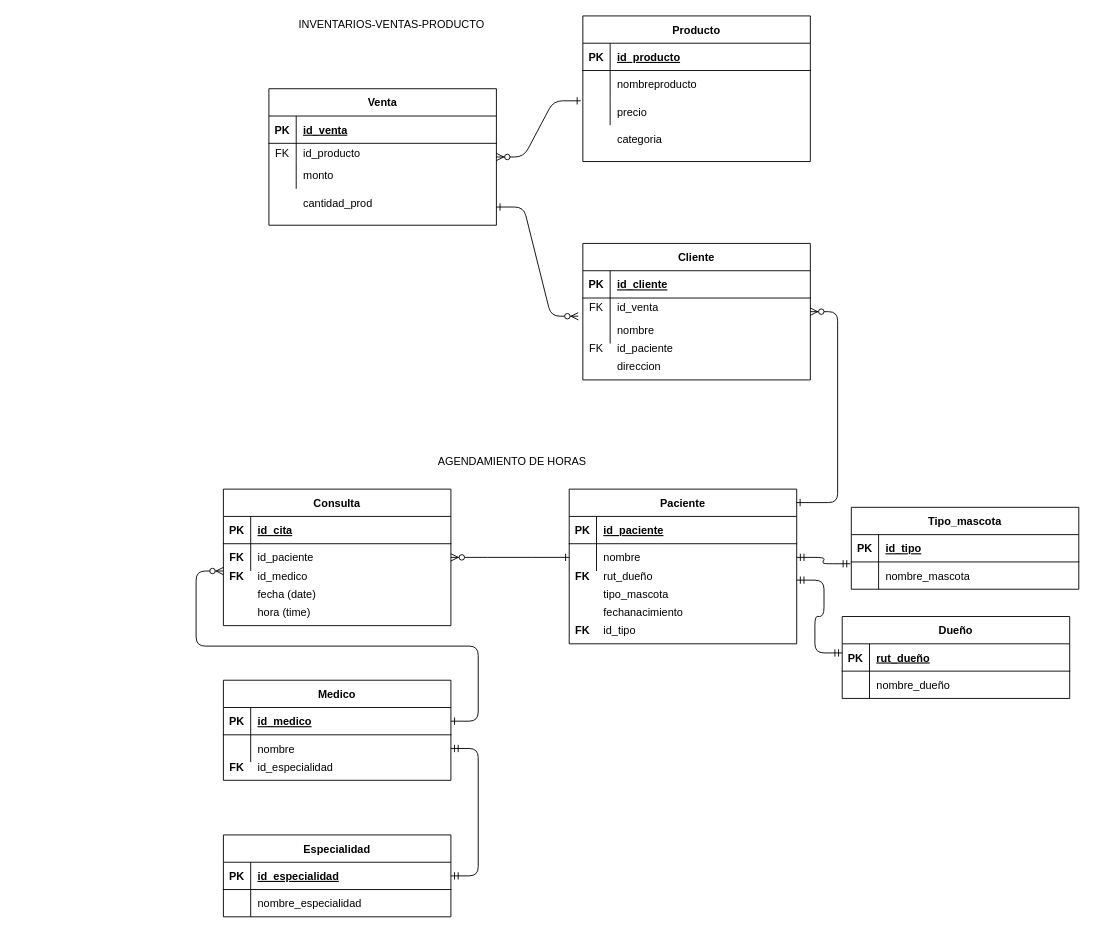
JoseFredes/vetlover keeps this draw.io diagram as Basesdedatos.drawio. Above is the earlier version. Source tidied: cells renumbered, new cells numbered last; positions are measured from the earlier drawing's top-left corner, leaving out a move shared by most shapes. Both pictures are drawn from the tidied source at 91%, with x=0, y=0 at pixel (223, 15).
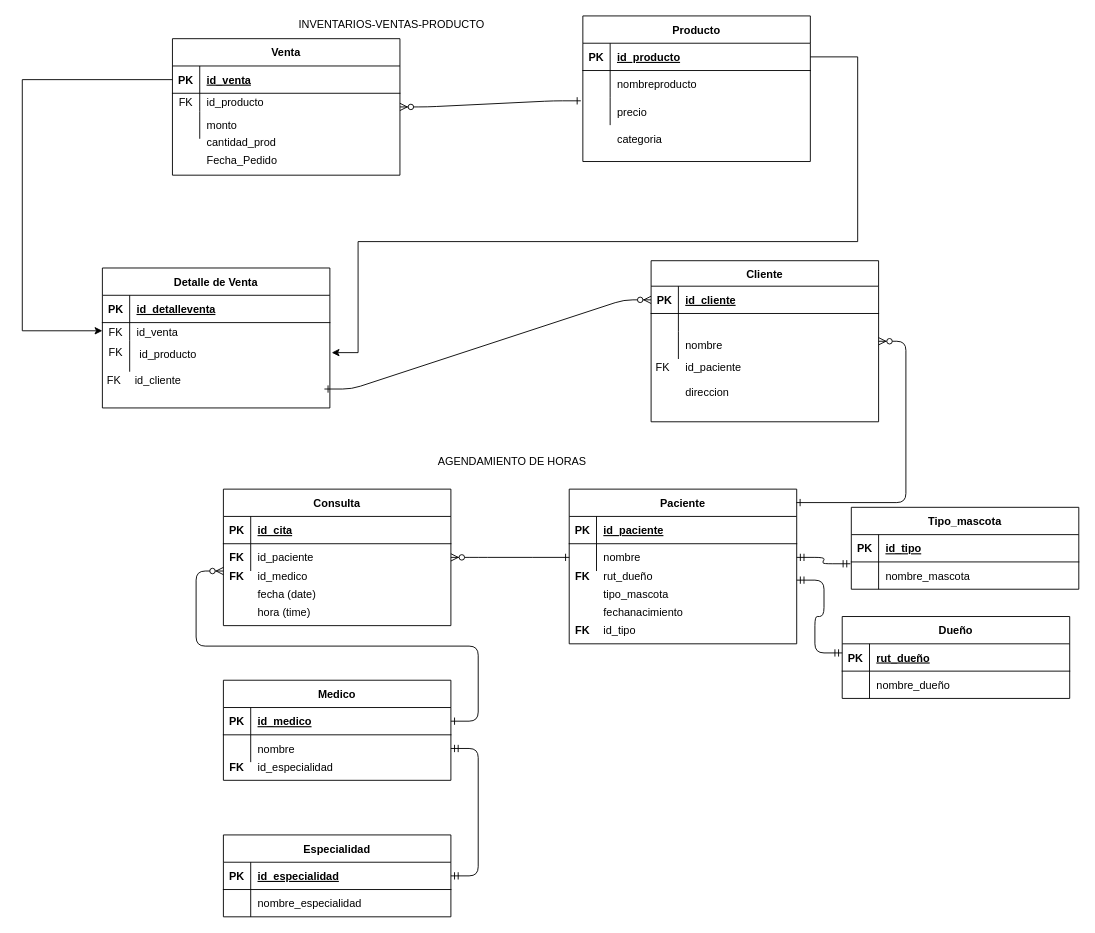
Above is the later version.

The change refers to these unchanged cells:
```xml
<mxCell id="3" style="shape=partialRectangle;fillColor=none;points=[[0,0.5],[1,0.5]];portConstraint=eastwest;top=0;left=0;right=0;bottom=1;" parent="2" vertex="1">
  <mxGeometry y="30" width="250" height="30" as="geometry" />
</mxCell>
<mxCell id="13" style="shape=partialRectangle;fillColor=none;points=[[0,0.5],[1,0.5]];portConstraint=eastwest;top=0;left=0;right=0;bottom=1;" parent="12" vertex="1">
  <mxGeometry y="30" width="250" height="30" as="geometry" />
</mxCell>
```

Change to the diagram source:
```diff
@@
     <mxCell id="2" value="Venta" style="shape=table;startSize=30;childLayout=tableLayout;rowLines=0;fontStyle=1;align=center;" parent="1" vertex="1">
-      <mxGeometry x="50" y="80" width="250" height="150" as="geometry" />
+      <mxGeometry x="-56" y="25" width="250" height="150" as="geometry" />
     </mxCell>
@@
     <mxCell id="23" value="cantidad_prod" style="shape=partialRectangle;overflow=hidden;fillColor=none;top=0;left=0;bottom=0;right=0;align=left;spacingLeft=6;" parent="1" vertex="1">
-      <mxGeometry x="80" y="190" width="220" height="30" as="geometry" />
+      <mxGeometry x="-26" y="123" width="220" height="30" as="geometry" />
     </mxCell>
@@
-    <mxCell id="88" value="Cliente" style="shape=table;startSize=30;childLayout=tableLayout;rowLines=0;fontStyle=1;align=center;" parent="1" vertex="1">
-      <mxGeometry x="395" y="250" width="250" height="150" as="geometry" />
+    <mxCell id="88" value="Cliente" style="shape=table;startSize=28;childLayout=tableLayout;rowLines=0;fontStyle=1;align=center;" parent="1" vertex="1">
+      <mxGeometry x="470" y="269" width="250" height="177" as="geometry" />
     </mxCell>
     <mxCell id="89" style="shape=partialRectangle;fillColor=none;points=[[0,0.5],[1,0.5]];portConstraint=eastwest;top=0;left=0;right=0;bottom=1;" parent="88" vertex="1">
-      <mxGeometry y="30" width="250" height="30" as="geometry" />
+      <mxGeometry y="28" width="250" height="30" as="geometry" />
     </mxCell>
@@
     <mxCell id="92" style="shape=partialRectangle;fillColor=none;top=0;left=0;right=0;bottom=0;" parent="88" vertex="1">
-      <mxGeometry y="60" width="250" height="20" as="geometry" />
+      <mxGeometry y="58" width="250" height="20" as="geometry" />
     </mxCell>
-    <mxCell id="93" value="FK" style="shape=partialRectangle;overflow=hidden;fillColor=none;top=0;left=0;bottom=0;right=0;" parent="92" vertex="1">
+    <mxCell id="93" style="shape=partialRectangle;overflow=hidden;fillColor=none;top=0;left=0;bottom=0;right=0;" parent="92" vertex="1">
       <mxGeometry width="30" height="20" as="geometry" />
     </mxCell>
-    <mxCell id="94" value="id_venta" style="shape=partialRectangle;overflow=hidden;fillColor=none;top=0;left=0;bottom=0;right=0;align=left;spacingLeft=6;" parent="92" vertex="1">
+    <mxCell id="94" style="shape=partialRectangle;overflow=hidden;fillColor=none;top=0;left=0;bottom=0;right=0;align=left;spacingLeft=6;" parent="92" vertex="1">
       <mxGeometry x="30" width="220" height="20" as="geometry" />
     </mxCell>
     <mxCell id="95" style="shape=partialRectangle;fillColor=none;points=[[0,0.5],[1,0.5]];portConstraint=eastwest;top=0;left=0;right=0;bottom=0;" parent="88" vertex="1">
-      <mxGeometry y="80" width="250" height="30" as="geometry" />
+      <mxGeometry y="78" width="250" height="30" as="geometry" />
     </mxCell>
@@
     <mxCell id="98" value="id_paciente" style="shape=partialRectangle;overflow=hidden;fillColor=none;top=0;left=0;bottom=0;right=0;align=left;spacingLeft=6;" parent="1" vertex="1">
-      <mxGeometry x="425" y="350" width="220" height="30" as="geometry" />
+      <mxGeometry x="500" y="371" width="220" height="30" as="geometry" />
     </mxCell>
     <mxCell id="99" value="FK" style="shape=partialRectangle;overflow=hidden;fillColor=none;top=0;left=0;bottom=0;right=0;" parent="1" vertex="1">
-      <mxGeometry x="395" y="355" width="30" height="20" as="geometry" />
+      <mxGeometry x="468" y="376" width="30" height="20" as="geometry" />
     </mxCell>
     <mxCell id="100" value="direccion" style="shape=partialRectangle;overflow=hidden;fillColor=none;top=0;left=0;bottom=0;right=0;align=left;spacingLeft=6;" parent="1" vertex="1">
-      <mxGeometry x="425" y="370" width="220" height="30" as="geometry" />
+      <mxGeometry x="500" y="398" width="220" height="30" as="geometry" />
     </mxCell>
-    <mxCell id="101" style="edgeStyle=entityRelationEdgeStyle;endArrow=ERzeroToMany;startArrow=ERone;endFill=1;startFill=0;entryX=-0.02;entryY=0;entryDx=0;entryDy=0;entryPerimeter=0;" parent="1" edge="1" target="95">
+    <mxCell id="101" style="edgeStyle=entityRelationEdgeStyle;endArrow=ERzeroToMany;startArrow=ERone;endFill=1;startFill=0;entryX=0;entryY=0.5;entryDx=0;entryDy=0;" parent="1" edge="1" target="89">
       <mxGeometry relative="1" as="geometry">
-        <mxPoint x="300" y="210" as="sourcePoint" />
+        <mxPoint x="111" y="410" as="sourcePoint" />
       </mxGeometry>
     </mxCell>
@@
+    <mxCell id="103" value="Fecha_Pedido" style="shape=partialRectangle;overflow=hidden;fillColor=none;top=0;left=0;bottom=0;right=0;align=left;spacingLeft=6;" parent="1" vertex="1">
+      <mxGeometry x="-26" y="143" width="220" height="30" as="geometry" />
+    </mxCell>
+    <mxCell id="104" value="Detalle de Venta" style="shape=table;startSize=30;childLayout=tableLayout;rowLines=0;fontStyle=1;align=center;" parent="1" vertex="1">
+      <mxGeometry x="-133" y="277" width="250" height="153.8" as="geometry" />
+    </mxCell>
+    <mxCell id="105" style="shape=partialRectangle;fillColor=none;top=0;left=0;right=0;bottom=1;" parent="104" vertex="1">
+      <mxGeometry y="30" width="250" height="30" as="geometry" />
+    </mxCell>
+    <mxCell id="106" value="PK" style="shape=partialRectangle;overflow=hidden;fillColor=none;top=0;left=0;bottom=0;right=0;fontStyle=1;" parent="105" vertex="1">
+      <mxGeometry width="30" height="30" as="geometry" />
+    </mxCell>
+    <mxCell id="107" value="id_detalleventa" style="shape=partialRectangle;overflow=hidden;fillColor=none;top=0;left=0;bottom=0;right=0;align=left;spacingLeft=6;fontStyle=5;" parent="105" vertex="1">
+      <mxGeometry x="30" width="220" height="30" as="geometry" />
+    </mxCell>
+    <mxCell id="108" style="shape=partialRectangle;fillColor=none;top=0;left=0;right=0;bottom=0;" parent="104" vertex="1">
+      <mxGeometry y="60" width="250" height="20" as="geometry" />
+    </mxCell>
+    <mxCell id="109" value="FK" style="shape=partialRectangle;overflow=hidden;fillColor=none;top=0;left=0;bottom=0;right=0;" parent="108" vertex="1">
+      <mxGeometry width="30" height="20" as="geometry" />
+    </mxCell>
+    <mxCell id="110" value="id_venta" style="shape=partialRectangle;overflow=hidden;fillColor=none;top=0;left=0;bottom=0;right=0;align=left;spacingLeft=6;" parent="108" vertex="1">
+      <mxGeometry x="30" width="220" height="20" as="geometry" />
+    </mxCell>
+    <mxCell id="111" style="shape=partialRectangle;fillColor=none;top=0;left=0;right=0;bottom=0;" parent="104" vertex="1">
+      <mxGeometry y="80" width="250" height="34" as="geometry" />
+    </mxCell>
+    <mxCell id="112" style="shape=partialRectangle;overflow=hidden;fillColor=none;top=0;left=0;bottom=0;right=0;" parent="111" vertex="1">
+      <mxGeometry width="30" height="34" as="geometry" />
+    </mxCell>
+    <mxCell id="113" style="shape=partialRectangle;overflow=hidden;fillColor=none;top=0;left=0;bottom=0;right=0;align=left;spacingLeft=6;" parent="111" vertex="1">
+      <mxGeometry x="30" width="220" height="34" as="geometry" />
+    </mxCell>
+    <mxCell id="114" value="FK" style="shape=partialRectangle;overflow=hidden;fillColor=none;top=0;left=0;bottom=0;right=0;" parent="1" vertex="1">
+      <mxGeometry x="-133" y="359" width="30" height="20" as="geometry" />
+    </mxCell>
+    <mxCell id="115" value="FK" style="shape=partialRectangle;overflow=hidden;fillColor=none;top=0;left=0;bottom=0;right=0;" parent="1" vertex="1">
+      <mxGeometry x="-135" y="390" width="30" height="20" as="geometry" />
+    </mxCell>
+    <mxCell id="116" value="id_producto" style="shape=partialRectangle;overflow=hidden;fillColor=none;top=0;left=0;bottom=0;right=0;align=left;spacingLeft=6;" parent="1" vertex="1">
+      <mxGeometry x="-100" y="361" width="220" height="20" as="geometry" />
+    </mxCell>
+    <mxCell id="117" value="id_cliente" style="shape=partialRectangle;overflow=hidden;fillColor=none;top=0;left=0;bottom=0;right=0;align=left;spacingLeft=6;" parent="1" vertex="1">
+      <mxGeometry x="-105" y="390" width="220" height="20" as="geometry" />
+    </mxCell>
+    <mxCell id="118" style="edgeStyle=orthogonalEdgeStyle;rounded=0;jettySize=auto;html=1;" parent="1" edge="1" source="3">
+      <mxGeometry relative="1" as="geometry">
+        <mxPoint x="-133" y="346" as="targetPoint" />
+        <Array as="points">
+          <mxPoint x="-221" y="70" />
+          <mxPoint x="-221" y="346" />
+          <mxPoint x="-133" y="346" />
+        </Array>
+      </mxGeometry>
+    </mxCell>
+    <mxCell id="119" style="edgeStyle=orthogonalEdgeStyle;rounded=0;jettySize=auto;html=1;" parent="1" edge="1" source="13">
+      <mxGeometry relative="1" as="geometry">
+        <mxPoint x="119" y="370" as="targetPoint" />
+        <Array as="points">
+          <mxPoint x="697" y="45" />
+          <mxPoint x="697" y="248" />
+          <mxPoint x="148" y="248" />
+          <mxPoint x="148" y="370" />
+        </Array>
+      </mxGeometry>
+    </mxCell>
```
